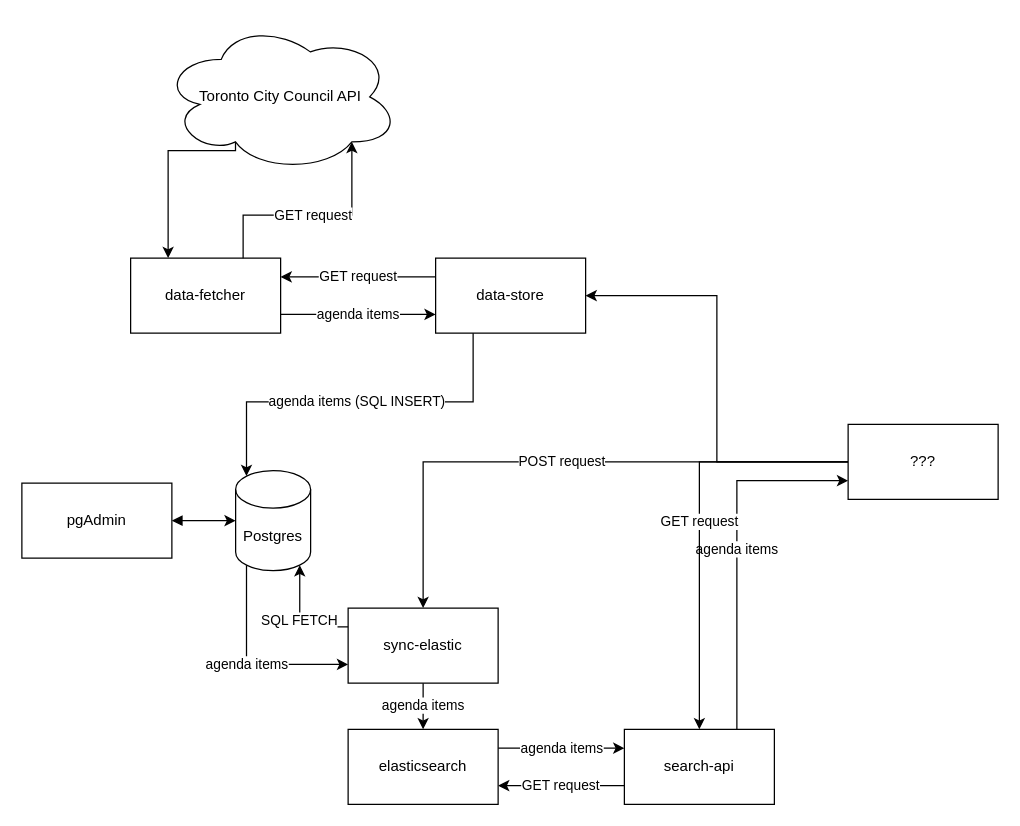
Earlier version of the draw.io diagram Civic Dashboard.drawio (civic-dashboard/civic-dashboard). Source tidied: cells renumbered, new cells numbered last; positions are measured from the earlier drawing's top-left corner, leaving out a move shared by most shapes. Both pictures are drawn from the tidied source at 125%, with x=0, y=0 at pixel (21, 21).
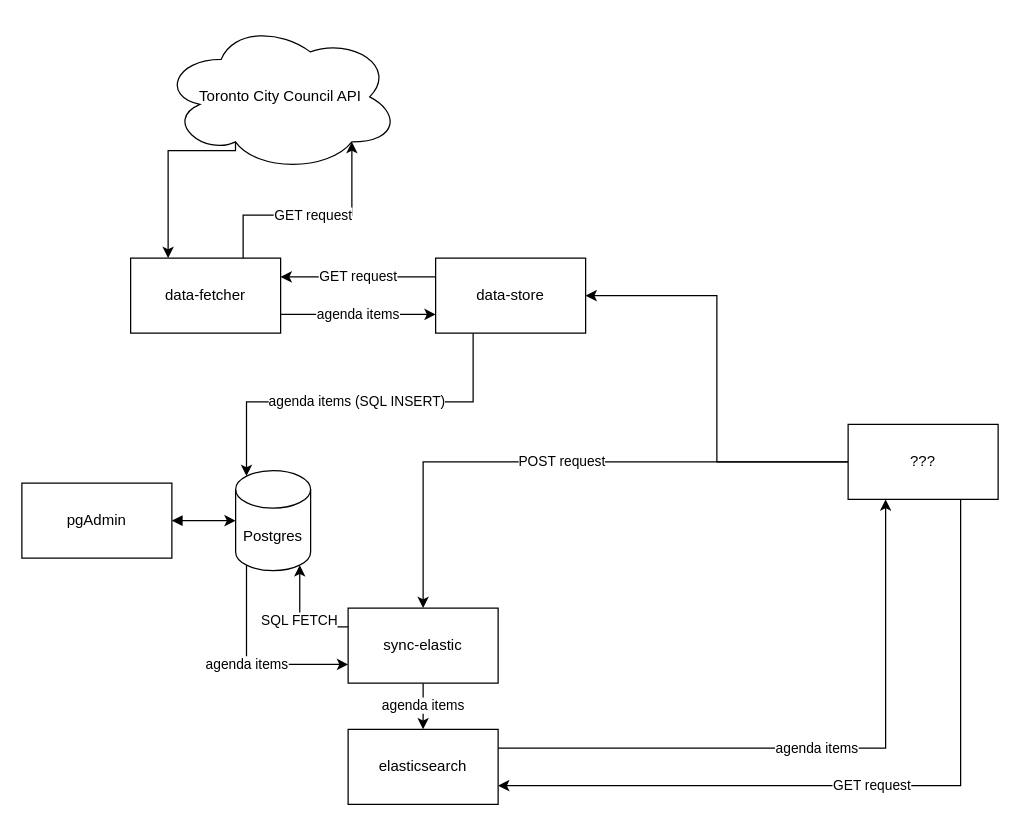
The same page after the edit.

The change refers to these unchanged cells:
```xml
<mxCell id="16" value="elasticsearch" style="rounded=0;whiteSpace=wrap;html=1;" parent="1" vertex="1">
  <mxGeometry x="261" y="566" width="120" height="60" as="geometry" />
</mxCell>
<mxCell id="21" value="???" style="rounded=0;whiteSpace=wrap;html=1;" parent="1" vertex="1">
  <mxGeometry x="661" y="322" width="120" height="60" as="geometry" />
</mxCell>
```

The edit, as a diff of the source:
```diff
@@
-    <mxCell id="8" value="GET request" style="edgeStyle=orthogonalEdgeStyle;rounded=0;jettySize=auto;html=1;exitX=0;exitY=0.75;exitDx=0;exitDy=0;entryX=1;entryY=0.75;entryDx=0;entryDy=0;" parent="1" edge="1" source="10" target="16">
+    <mxCell id="8" value="GET request" style="edgeStyle=orthogonalEdgeStyle;rounded=0;jettySize=auto;html=1;exitX=0.75;exitY=1;exitDx=0;exitDy=0;entryX=1;entryY=0.75;entryDx=0;entryDy=0;" parent="1" edge="1" source="21" target="16">
       <mxGeometry relative="1" as="geometry" />
     </mxCell>
-    <mxCell id="9" value="agenda items" style="edgeStyle=orthogonalEdgeStyle;rounded=0;jettySize=auto;html=1;exitX=0.75;exitY=0;exitDx=0;exitDy=0;entryX=0;entryY=0.75;entryDx=0;entryDy=0;" parent="1" edge="1" source="10" target="21">
-      <mxGeometry relative="1" as="geometry" />
-    </mxCell>
-    <mxCell id="10" value="search-api" style="rounded=0;whiteSpace=wrap;html=1;" parent="1" vertex="1">
-      <mxGeometry x="482" y="566" width="120" height="60" as="geometry" />
-    </mxCell>
@@
-    <mxCell id="15" value="agenda items" style="edgeStyle=orthogonalEdgeStyle;rounded=0;jettySize=auto;html=1;exitX=1;exitY=0.25;exitDx=0;exitDy=0;entryX=0;entryY=0.25;entryDx=0;entryDy=0;" parent="1" edge="1" source="16" target="10">
+    <mxCell id="15" value="agenda items" style="edgeStyle=orthogonalEdgeStyle;rounded=0;jettySize=auto;html=1;exitX=1;exitY=0.25;exitDx=0;exitDy=0;entryX=0.25;entryY=1;entryDx=0;entryDy=0;" parent="1" edge="1" source="16" target="21">
       <mxGeometry relative="1" as="geometry" />
     </mxCell>
@@
-    <mxCell id="19" value="GET request" style="edgeStyle=orthogonalEdgeStyle;rounded=0;jettySize=auto;html=1;exitX=0;exitY=0.5;exitDx=0;exitDy=0;entryX=0.5;entryY=0;entryDx=0;entryDy=0;" parent="1" edge="1" source="21" target="10">
-      <mxGeometry relative="1" as="geometry" />
-    </mxCell>
```
